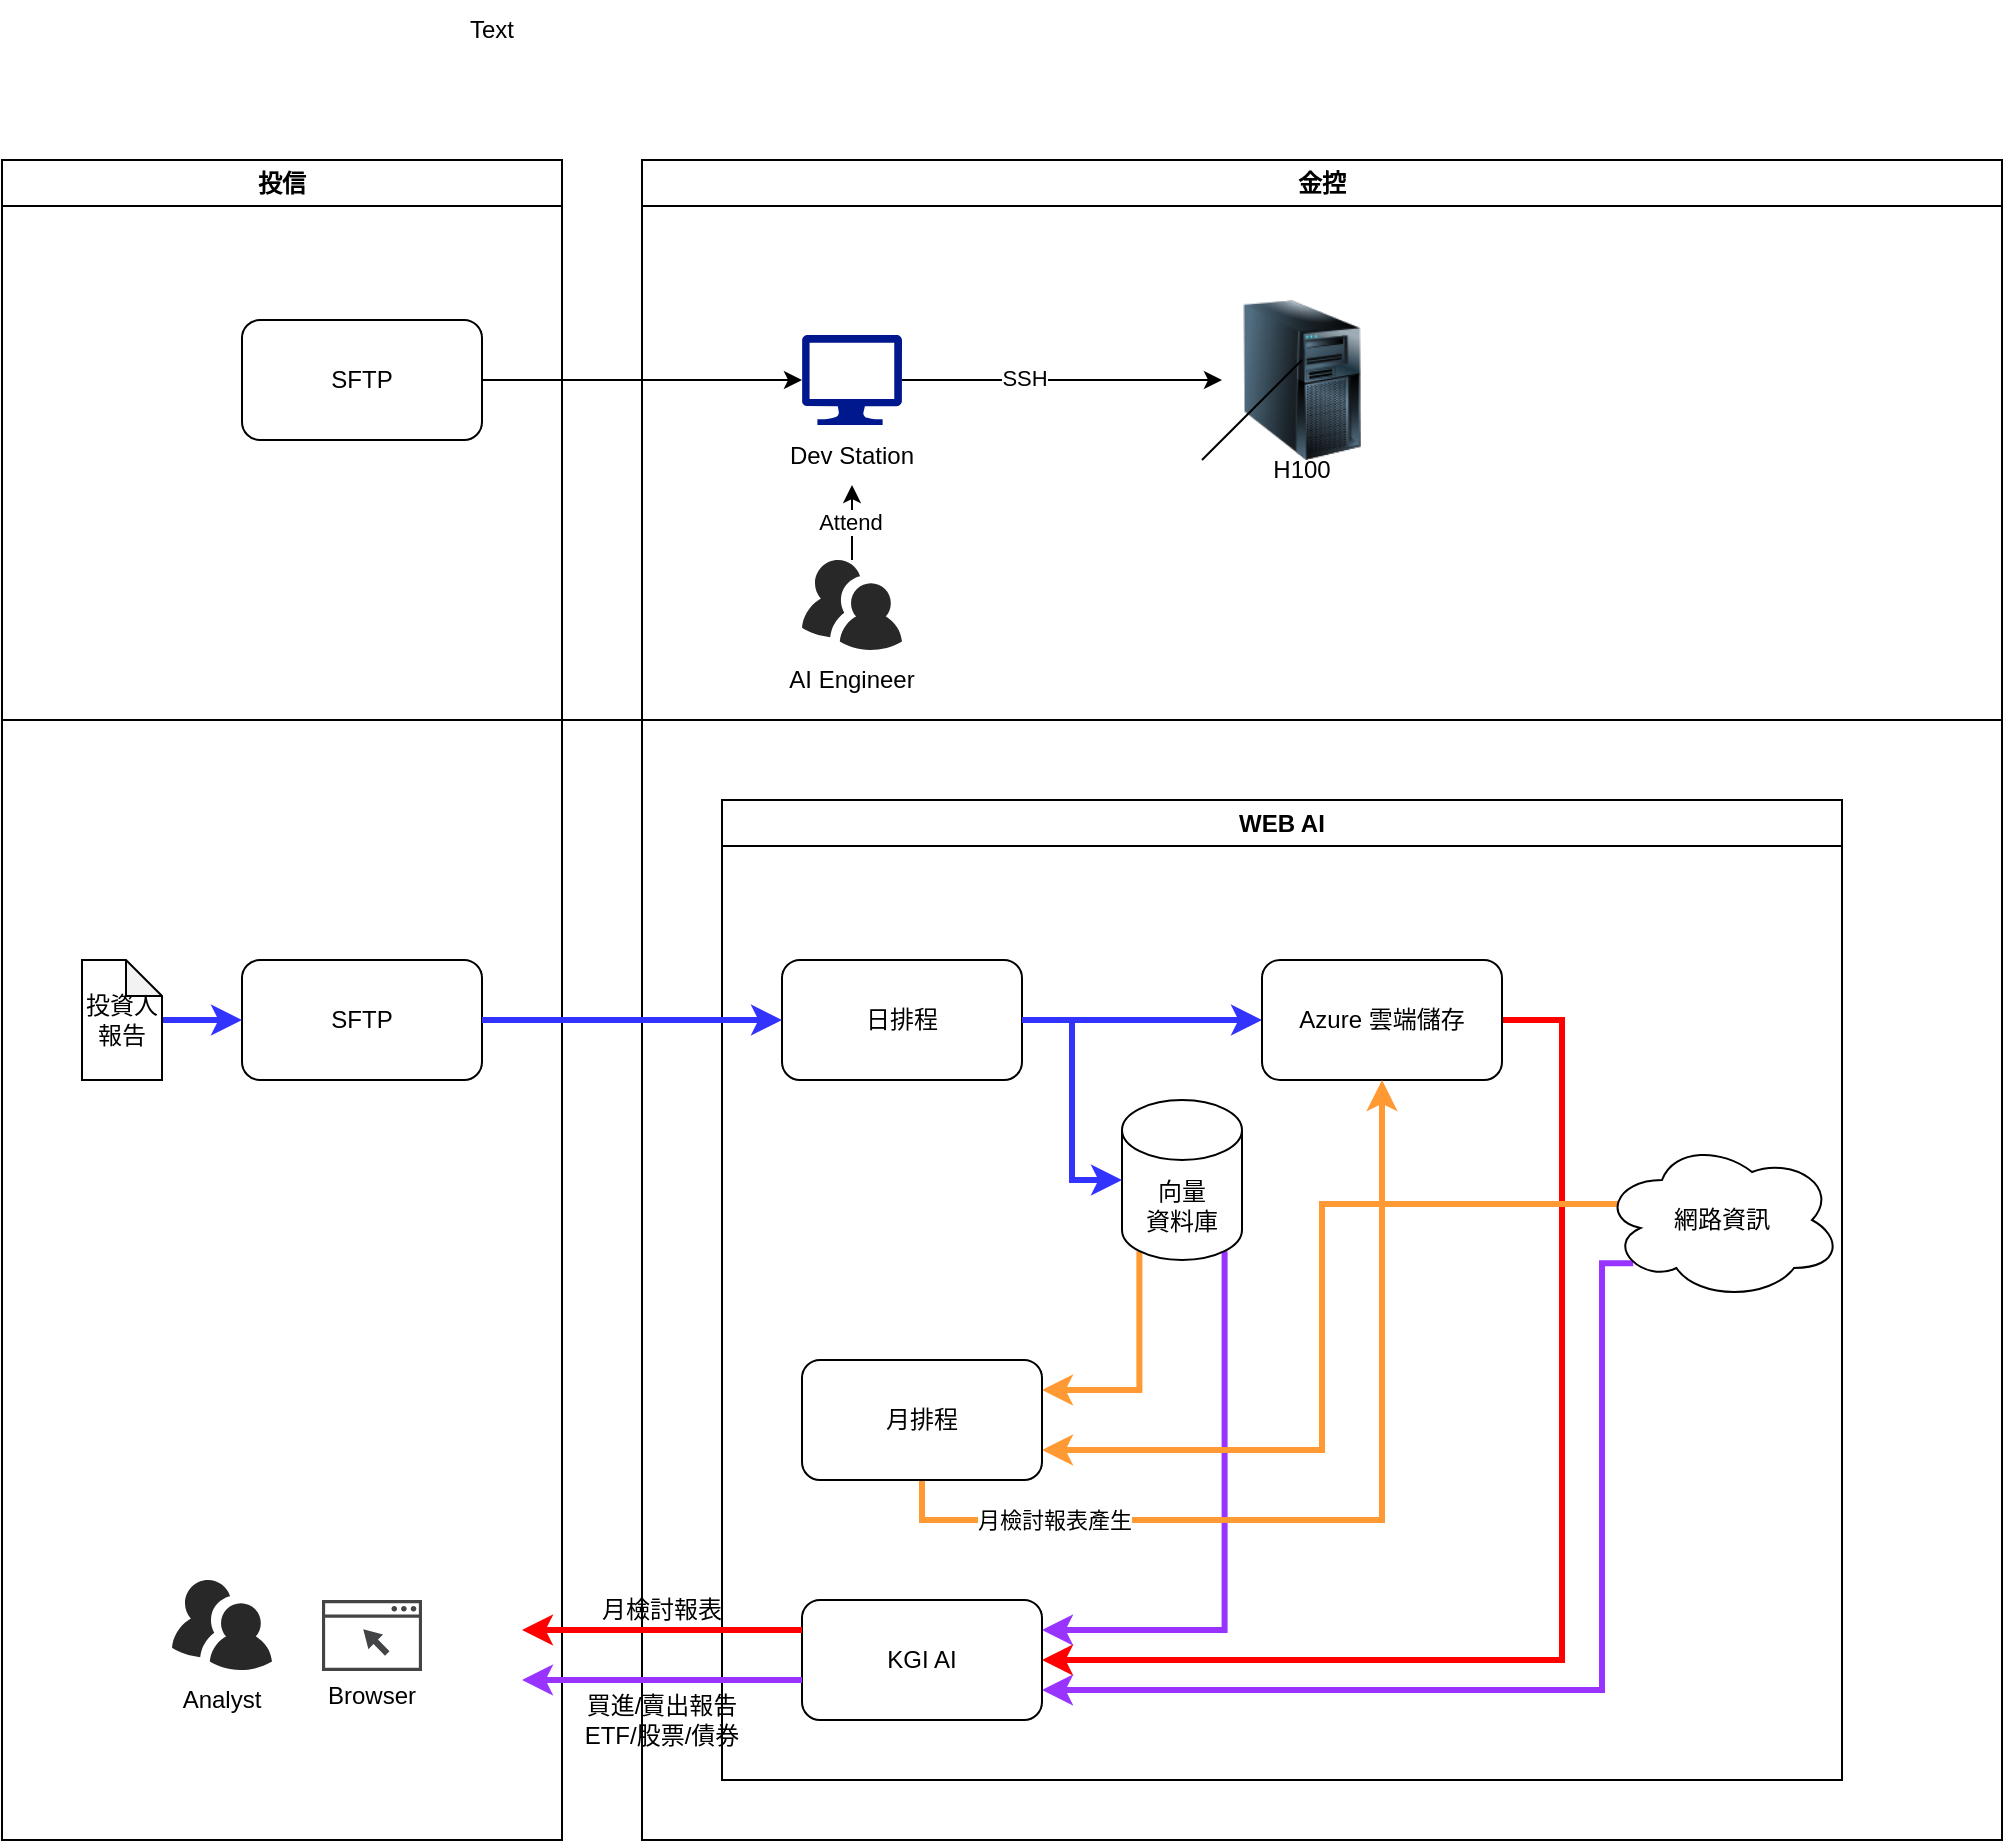
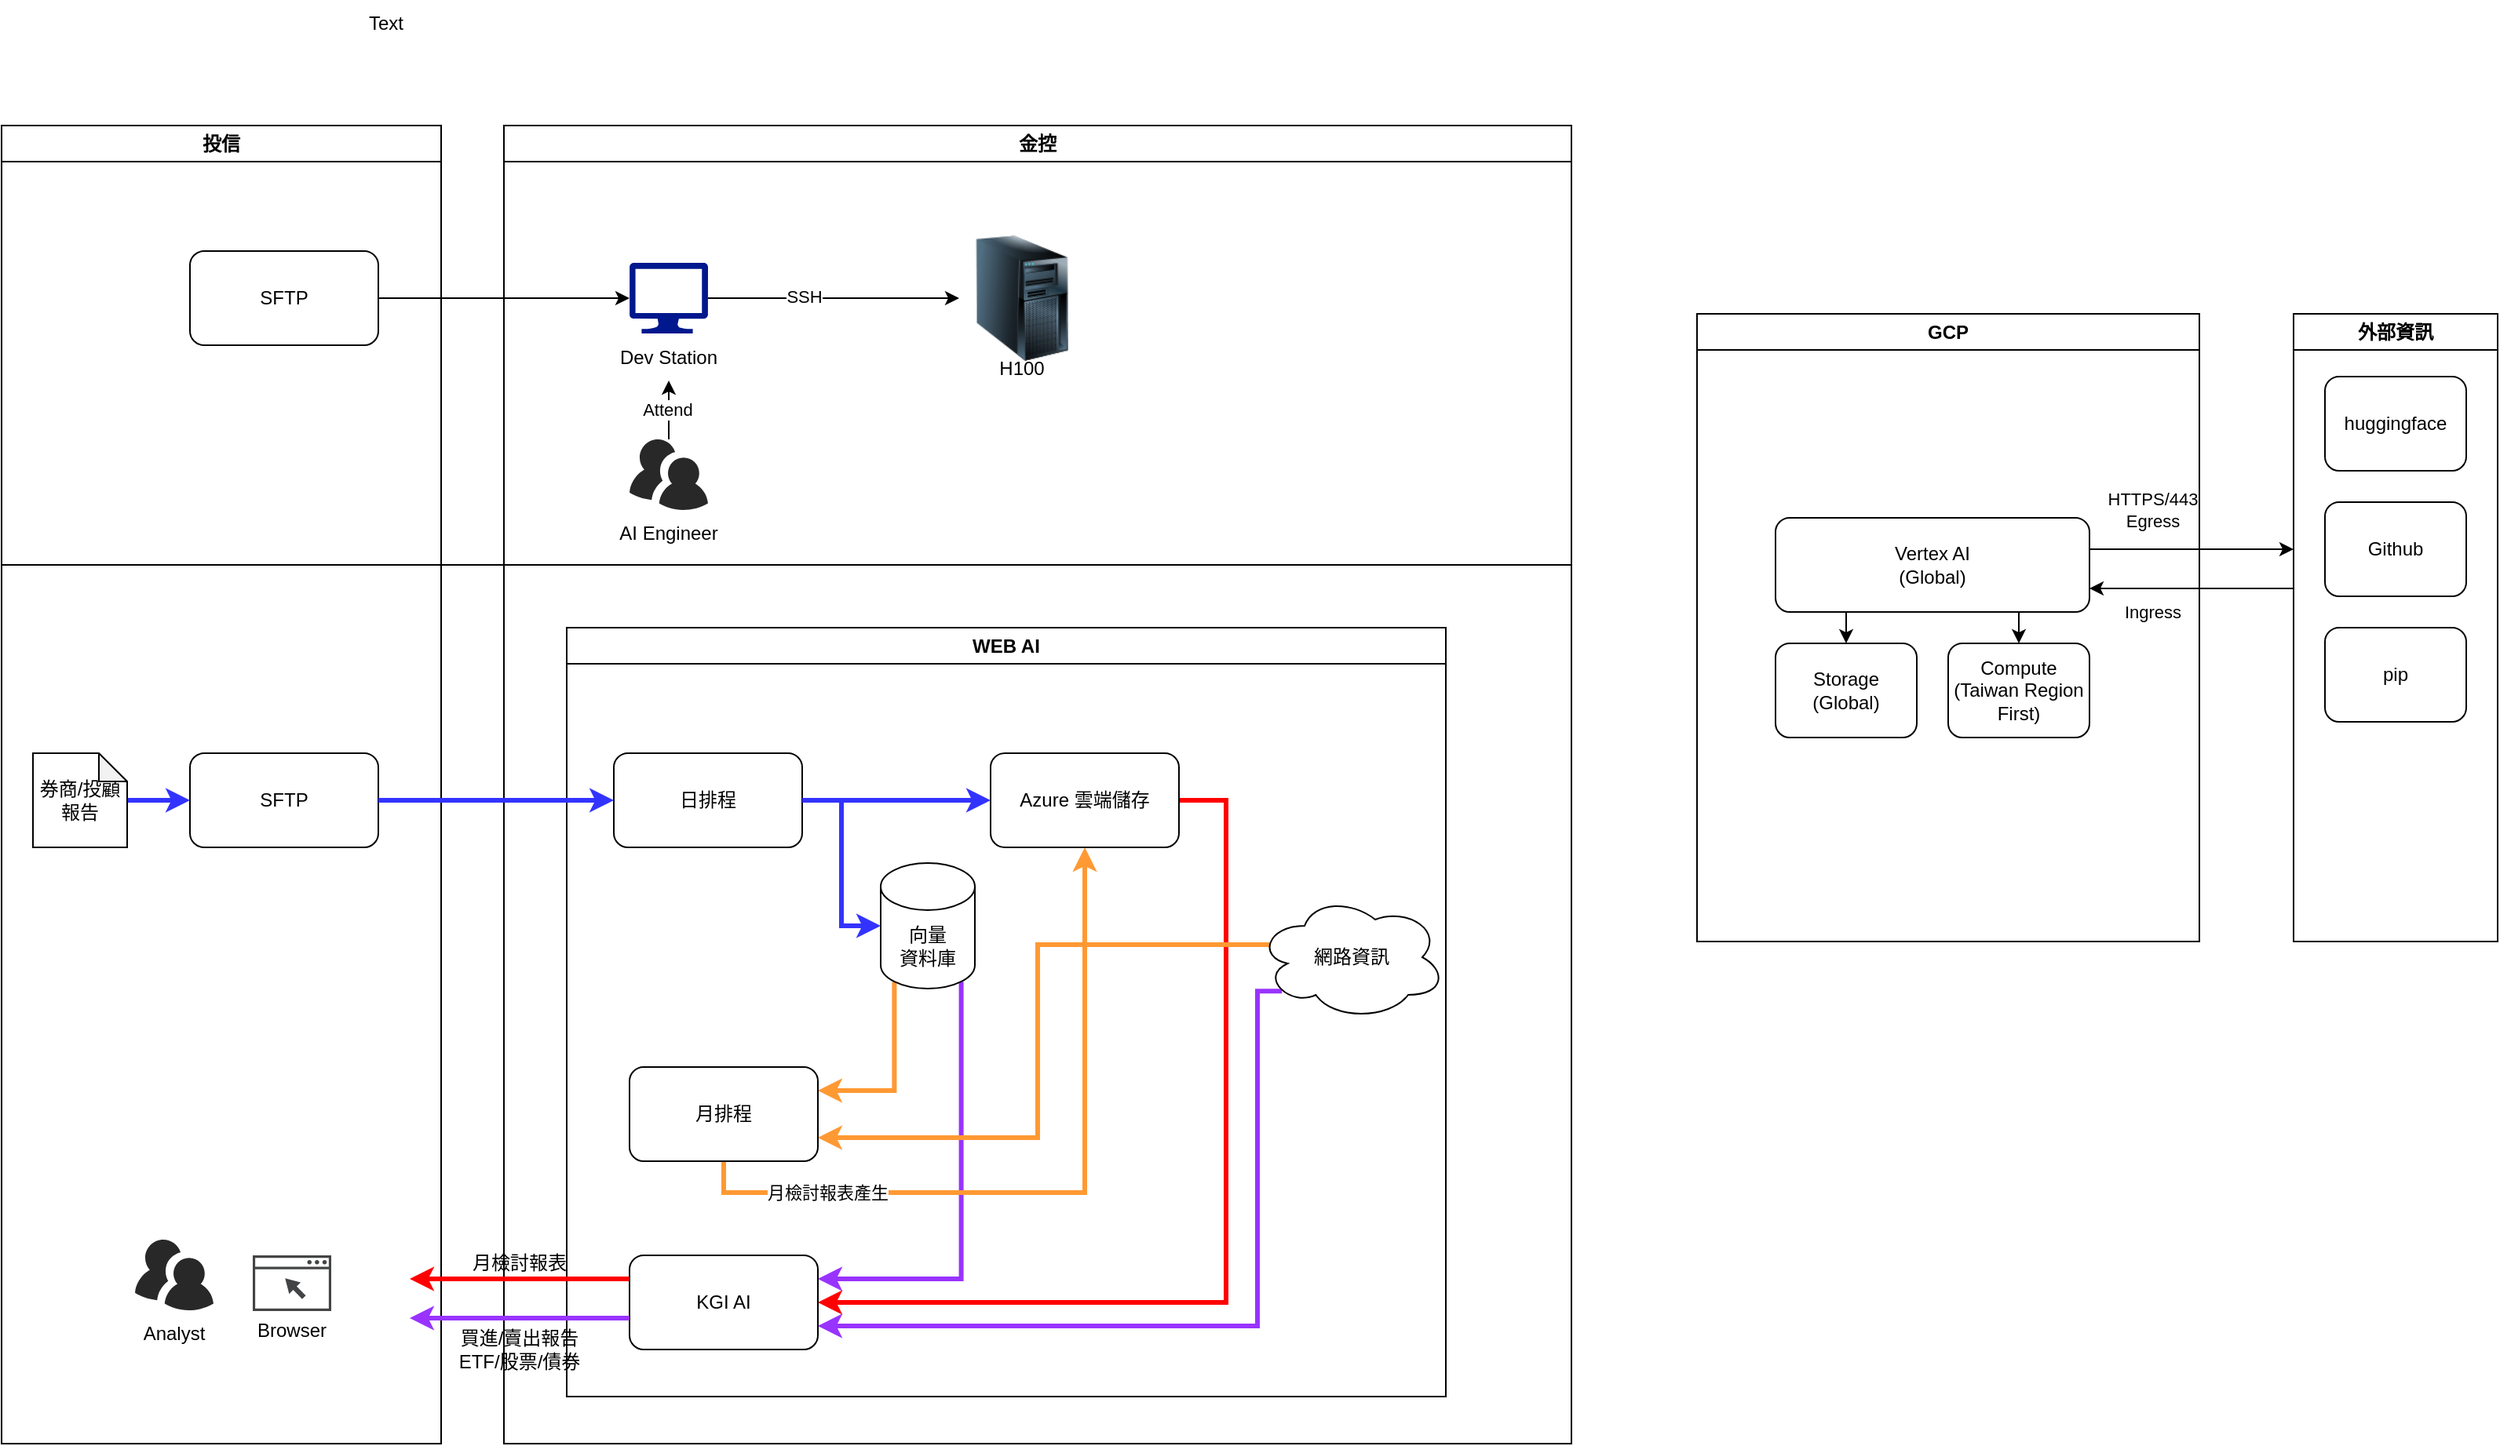
<mxfile host="app.diagrams.net" agent="Mozilla/5.0 (Windows NT 10.0; Win64; x64) AppleWebKit/537.36 (KHTML, like Gecko) Chrome/146.0.0.0 Safari/537.36" version="29.6.6">
  <diagram name="Page-1" id="9DGUQZyVQF0DHj5FkWRD">
-     <mxGraphModel dx="1281" dy="657" grid="1" gridSize="10" guides="1" tooltips="1" connect="1" arrows="1" fold="1" page="1" pageScale="1" pageWidth="850" pageHeight="1100" math="0" shadow="0">
+     <mxGraphModel dx="1068" dy="548" grid="1" gridSize="10" guides="1" tooltips="1" connect="1" arrows="1" fold="1" page="1" pageScale="1" pageWidth="850" pageHeight="1100" math="0" shadow="0">
      <root>
        <mxCell id="0" />
        <mxCell id="1" parent="0" />
        <mxCell id="si7GJpF5iETkjapc_ZAv-2" parent="1" style="swimlane;whiteSpace=wrap;html=1;" value="投信" vertex="1">
          <mxGeometry height="840" width="280" x="80" y="120" as="geometry" />
        </mxCell>
        <mxCell id="si7GJpF5iETkjapc_ZAv-3" parent="si7GJpF5iETkjapc_ZAv-2" style="rounded=1;whiteSpace=wrap;html=1;" value="SFTP" vertex="1">
          <mxGeometry height="60" width="120" x="120" y="80" as="geometry" />
        </mxCell>
        <mxCell id="si7GJpF5iETkjapc_ZAv-15" parent="si7GJpF5iETkjapc_ZAv-2" style="rounded=1;whiteSpace=wrap;html=1;" value="SFTP" vertex="1">
          <mxGeometry height="60" width="120" x="120" y="400" as="geometry" />
        </mxCell>
        <mxCell id="si7GJpF5iETkjapc_ZAv-61" connectable="0" parent="si7GJpF5iETkjapc_ZAv-2" style="group" value="" vertex="1">
          <mxGeometry height="75" width="60" x="80" y="710" as="geometry" />
        </mxCell>
        <mxCell id="si7GJpF5iETkjapc_ZAv-59" parent="si7GJpF5iETkjapc_ZAv-61" style="verticalLabelPosition=bottom;sketch=0;html=1;fillColor=#282828;strokeColor=none;verticalAlign=top;pointerEvents=1;align=center;shape=mxgraph.cisco_safe.people_places_things_icons.icon9;" value="" vertex="1">
          <mxGeometry height="45" width="50" x="5" as="geometry" />
        </mxCell>
        <mxCell id="si7GJpF5iETkjapc_ZAv-37" parent="si7GJpF5iETkjapc_ZAv-61" style="text;html=1;whiteSpace=wrap;strokeColor=none;fillColor=none;align=center;verticalAlign=middle;rounded=0;autosize=1;resizable=0;" value="Analyst" vertex="1">
          <mxGeometry height="30" width="60" y="45" as="geometry" />
        </mxCell>
        <mxCell id="si7GJpF5iETkjapc_ZAv-80" connectable="0" parent="si7GJpF5iETkjapc_ZAv-2" style="group" value="" vertex="1">
          <mxGeometry height="62.75" width="70" x="150" y="720" as="geometry" />
        </mxCell>
        <mxCell id="si7GJpF5iETkjapc_ZAv-77" parent="si7GJpF5iETkjapc_ZAv-80" style="sketch=0;pointerEvents=1;shadow=0;dashed=0;html=1;strokeColor=none;fillColor=#434445;aspect=fixed;labelPosition=center;verticalLabelPosition=bottom;verticalAlign=top;align=center;outlineConnect=0;shape=mxgraph.vvd.web_browser;" value="" vertex="1">
          <mxGeometry height="35.5" width="50" x="10" as="geometry" />
        </mxCell>
        <mxCell id="si7GJpF5iETkjapc_ZAv-79" parent="si7GJpF5iETkjapc_ZAv-80" style="text;html=1;whiteSpace=wrap;strokeColor=none;fillColor=none;align=center;verticalAlign=middle;rounded=0;autosize=1;resizable=0;" value="Browser" vertex="1">
          <mxGeometry height="30" width="70" y="32.75" as="geometry" />
        </mxCell>
        <mxCell id="si7GJpF5iETkjapc_ZAv-83" edge="1" parent="si7GJpF5iETkjapc_ZAv-2" source="si7GJpF5iETkjapc_ZAv-82" style="edgeStyle=orthogonalEdgeStyle;rounded=0;orthogonalLoop=1;jettySize=auto;html=1;strokeColor=#3333FF;strokeWidth=3;" target="si7GJpF5iETkjapc_ZAv-15">
          <mxGeometry relative="1" as="geometry" />
        </mxCell>
-         <mxCell id="si7GJpF5iETkjapc_ZAv-82" parent="si7GJpF5iETkjapc_ZAv-2" style="shape=note;whiteSpace=wrap;html=1;backgroundOutline=1;darkOpacity=0.05;size=18;" value="投資人報告" vertex="1">
-           <mxGeometry height="60" width="40" x="40" y="400" as="geometry" />
+         <mxCell id="si7GJpF5iETkjapc_ZAv-82" parent="si7GJpF5iETkjapc_ZAv-2" style="shape=note;whiteSpace=wrap;html=1;backgroundOutline=1;darkOpacity=0.05;size=18;" value="券商/投顧報告" vertex="1">
+           <mxGeometry height="60" width="60" x="20" y="400" as="geometry" />
        </mxCell>
        <mxCell id="si7GJpF5iETkjapc_ZAv-4" parent="1" style="swimlane;whiteSpace=wrap;html=1;" value="金控" vertex="1">
          <mxGeometry height="840" width="680" x="400" y="120" as="geometry" />
        </mxCell>
        <mxCell id="si7GJpF5iETkjapc_ZAv-12" edge="1" parent="si7GJpF5iETkjapc_ZAv-4" source="si7GJpF5iETkjapc_ZAv-6" style="edgeStyle=orthogonalEdgeStyle;rounded=0;orthogonalLoop=1;jettySize=auto;html=1;" target="si7GJpF5iETkjapc_ZAv-7">
          <mxGeometry relative="1" as="geometry" />
        </mxCell>
        <mxCell id="si7GJpF5iETkjapc_ZAv-13" connectable="0" parent="si7GJpF5iETkjapc_ZAv-12" style="edgeLabel;html=1;align=center;verticalAlign=middle;resizable=0;points=[];" value="SSH" vertex="1">
          <mxGeometry relative="1" x="-0.2415" y="1" as="geometry">
            <mxPoint as="offset" />
          </mxGeometry>
        </mxCell>
        <mxCell id="si7GJpF5iETkjapc_ZAv-7" parent="si7GJpF5iETkjapc_ZAv-4" style="image;html=1;image=img/lib/clip_art/computers/Server_Tower_128x128.png" value="" vertex="1">
          <mxGeometry height="80" width="80" x="290" y="70" as="geometry" />
        </mxCell>
        <mxCell id="si7GJpF5iETkjapc_ZAv-9" parent="si7GJpF5iETkjapc_ZAv-4" style="text;html=1;whiteSpace=wrap;strokeColor=none;fillColor=none;align=center;verticalAlign=middle;rounded=0;autosize=1;resizable=0;" value="H100" vertex="1">
          <mxGeometry height="30" width="50" x="305" y="140" as="geometry" />
        </mxCell>
        <mxCell id="si7GJpF5iETkjapc_ZAv-14" connectable="0" parent="si7GJpF5iETkjapc_ZAv-4" style="group" value="" vertex="1">
          <mxGeometry height="75" width="90" x="60" y="87.5" as="geometry" />
        </mxCell>
        <mxCell id="si7GJpF5iETkjapc_ZAv-6" parent="si7GJpF5iETkjapc_ZAv-14" style="sketch=0;aspect=fixed;pointerEvents=1;shadow=0;dashed=0;html=1;strokeColor=none;labelPosition=center;verticalLabelPosition=bottom;verticalAlign=top;align=center;fillColor=#00188D;shape=mxgraph.azure.computer" value="" vertex="1">
          <mxGeometry height="45" width="50" x="20" as="geometry" />
        </mxCell>
        <mxCell id="si7GJpF5iETkjapc_ZAv-10" parent="si7GJpF5iETkjapc_ZAv-14" style="text;html=1;whiteSpace=wrap;strokeColor=none;fillColor=none;align=center;verticalAlign=middle;rounded=0;autosize=1;resizable=0;" value="Dev Station" vertex="1">
          <mxGeometry height="30" width="90" y="45" as="geometry" />
        </mxCell>
        <mxCell id="si7GJpF5iETkjapc_ZAv-17" parent="si7GJpF5iETkjapc_ZAv-4" style="swimlane;whiteSpace=wrap;html=1;" value="WEB AI" vertex="1">
          <mxGeometry height="490" width="560" x="40" y="320" as="geometry" />
        </mxCell>
        <mxCell id="si7GJpF5iETkjapc_ZAv-29" edge="1" parent="si7GJpF5iETkjapc_ZAv-17" source="si7GJpF5iETkjapc_ZAv-18" style="edgeStyle=orthogonalEdgeStyle;rounded=0;orthogonalLoop=1;jettySize=auto;html=1;strokeWidth=3;strokeColor=#3333FF;" target="si7GJpF5iETkjapc_ZAv-28">
          <mxGeometry relative="1" as="geometry" />
        </mxCell>
        <mxCell id="si7GJpF5iETkjapc_ZAv-18" parent="si7GJpF5iETkjapc_ZAv-17" style="rounded=1;whiteSpace=wrap;html=1;" value="日排程" vertex="1">
          <mxGeometry height="60" width="120" x="30" y="80" as="geometry" />
        </mxCell>
        <mxCell id="si7GJpF5iETkjapc_ZAv-47" edge="1" parent="si7GJpF5iETkjapc_ZAv-17" source="si7GJpF5iETkjapc_ZAv-20" style="edgeStyle=orthogonalEdgeStyle;rounded=0;orthogonalLoop=1;jettySize=auto;html=1;entryX=1;entryY=0.25;entryDx=0;entryDy=0;exitX=0.145;exitY=1;exitDx=0;exitDy=-4.35;exitPerimeter=0;strokeWidth=3;strokeColor=#FF9933;" target="si7GJpF5iETkjapc_ZAv-45">
          <mxGeometry relative="1" as="geometry">
            <Array as="points">
              <mxPoint x="209" y="295" />
            </Array>
          </mxGeometry>
        </mxCell>
        <mxCell id="si7GJpF5iETkjapc_ZAv-53" edge="1" parent="si7GJpF5iETkjapc_ZAv-17" source="si7GJpF5iETkjapc_ZAv-20" style="edgeStyle=orthogonalEdgeStyle;rounded=0;orthogonalLoop=1;jettySize=auto;html=1;entryX=1;entryY=0.25;entryDx=0;entryDy=0;exitX=0.855;exitY=1;exitDx=0;exitDy=-4.35;exitPerimeter=0;strokeWidth=3;strokeColor=#9933FF;" target="si7GJpF5iETkjapc_ZAv-39">
          <mxGeometry relative="1" as="geometry">
            <Array as="points">
              <mxPoint x="251" y="415" />
            </Array>
          </mxGeometry>
        </mxCell>
        <mxCell id="si7GJpF5iETkjapc_ZAv-20" parent="si7GJpF5iETkjapc_ZAv-17" style="shape=cylinder3;whiteSpace=wrap;html=1;boundedLbl=1;backgroundOutline=1;size=15;" value="向量&lt;div&gt;資料庫&lt;/div&gt;" vertex="1">
          <mxGeometry height="80" width="60" x="200" y="150" as="geometry" />
        </mxCell>
        <mxCell id="si7GJpF5iETkjapc_ZAv-84" edge="1" parent="si7GJpF5iETkjapc_ZAv-17" source="si7GJpF5iETkjapc_ZAv-28" style="edgeStyle=orthogonalEdgeStyle;rounded=0;orthogonalLoop=1;jettySize=auto;html=1;entryX=1;entryY=0.5;entryDx=0;entryDy=0;exitX=1;exitY=0.5;exitDx=0;exitDy=0;strokeWidth=3;strokeColor=#FF0000;" target="si7GJpF5iETkjapc_ZAv-39">
          <mxGeometry relative="1" as="geometry">
            <Array as="points">
              <mxPoint x="420" y="110" />
              <mxPoint x="420" y="430" />
            </Array>
            <mxPoint x="420" y="450" as="targetPoint" />
          </mxGeometry>
        </mxCell>
        <mxCell id="si7GJpF5iETkjapc_ZAv-28" parent="si7GJpF5iETkjapc_ZAv-17" style="rounded=1;whiteSpace=wrap;html=1;" value="Azure 雲端儲存" vertex="1">
          <mxGeometry height="60" width="120" x="270" y="80" as="geometry" />
        </mxCell>
        <mxCell id="si7GJpF5iETkjapc_ZAv-48" edge="1" parent="si7GJpF5iETkjapc_ZAv-17" source="si7GJpF5iETkjapc_ZAv-38" style="edgeStyle=orthogonalEdgeStyle;rounded=0;orthogonalLoop=1;jettySize=auto;html=1;entryX=1;entryY=0.75;entryDx=0;entryDy=0;strokeWidth=3;strokeColor=#FF9933;exitX=0.07;exitY=0.4;exitDx=0;exitDy=0;exitPerimeter=0;" target="si7GJpF5iETkjapc_ZAv-45">
          <mxGeometry relative="1" as="geometry" />
        </mxCell>
        <mxCell id="si7GJpF5iETkjapc_ZAv-54" edge="1" parent="si7GJpF5iETkjapc_ZAv-17" source="si7GJpF5iETkjapc_ZAv-38" style="edgeStyle=orthogonalEdgeStyle;rounded=0;orthogonalLoop=1;jettySize=auto;html=1;entryX=1;entryY=0.75;entryDx=0;entryDy=0;exitX=0.13;exitY=0.77;exitDx=0;exitDy=0;exitPerimeter=0;strokeWidth=3;strokeColor=#9933FF;" target="si7GJpF5iETkjapc_ZAv-39">
          <mxGeometry relative="1" as="geometry">
            <Array as="points">
              <mxPoint x="440" y="232" />
              <mxPoint x="440" y="445" />
            </Array>
          </mxGeometry>
        </mxCell>
        <mxCell id="si7GJpF5iETkjapc_ZAv-38" parent="si7GJpF5iETkjapc_ZAv-17" style="ellipse;shape=cloud;whiteSpace=wrap;html=1;" value="網路資訊" vertex="1">
          <mxGeometry height="80" width="120" x="440" y="170" as="geometry" />
        </mxCell>
        <mxCell id="si7GJpF5iETkjapc_ZAv-39" parent="si7GJpF5iETkjapc_ZAv-17" style="rounded=1;whiteSpace=wrap;html=1;" value="KGI AI" vertex="1">
          <mxGeometry height="60" width="120" x="40" y="400" as="geometry" />
        </mxCell>
        <mxCell id="si7GJpF5iETkjapc_ZAv-49" edge="1" parent="si7GJpF5iETkjapc_ZAv-17" source="si7GJpF5iETkjapc_ZAv-45" style="edgeStyle=orthogonalEdgeStyle;rounded=0;orthogonalLoop=1;jettySize=auto;html=1;entryX=0.5;entryY=1;entryDx=0;entryDy=0;exitX=0.5;exitY=1;exitDx=0;exitDy=0;strokeWidth=3;strokeColor=#FF9933;" target="si7GJpF5iETkjapc_ZAv-28">
          <mxGeometry relative="1" as="geometry" />
        </mxCell>
        <mxCell id="si7GJpF5iETkjapc_ZAv-56" connectable="0" parent="si7GJpF5iETkjapc_ZAv-49" style="edgeLabel;html=1;align=center;verticalAlign=middle;resizable=0;points=[];" value="月檢討報表產生" vertex="1">
          <mxGeometry relative="1" x="-0.6366" as="geometry">
            <mxPoint as="offset" />
          </mxGeometry>
        </mxCell>
        <mxCell id="si7GJpF5iETkjapc_ZAv-45" parent="si7GJpF5iETkjapc_ZAv-17" style="rounded=1;whiteSpace=wrap;html=1;" value="月排程" vertex="1">
          <mxGeometry height="60" width="120" x="40" y="280" as="geometry" />
        </mxCell>
        <mxCell id="si7GJpF5iETkjapc_ZAv-52" edge="1" parent="si7GJpF5iETkjapc_ZAv-17" source="si7GJpF5iETkjapc_ZAv-18" style="edgeStyle=orthogonalEdgeStyle;rounded=0;orthogonalLoop=1;jettySize=auto;html=1;entryX=0;entryY=0.5;entryDx=0;entryDy=0;entryPerimeter=0;strokeWidth=3;strokeColor=#3333FF;" target="si7GJpF5iETkjapc_ZAv-20">
          <mxGeometry relative="1" as="geometry" />
        </mxCell>
        <mxCell id="si7GJpF5iETkjapc_ZAv-72" connectable="0" parent="si7GJpF5iETkjapc_ZAv-4" style="group" value="" vertex="1">
          <mxGeometry height="75" width="75" x="75" y="200" as="geometry" />
        </mxCell>
        <mxCell id="si7GJpF5iETkjapc_ZAv-73" parent="si7GJpF5iETkjapc_ZAv-72" style="verticalLabelPosition=bottom;sketch=0;html=1;fillColor=#282828;strokeColor=none;verticalAlign=top;pointerEvents=1;align=center;shape=mxgraph.cisco_safe.people_places_things_icons.icon9;" value="" vertex="1">
          <mxGeometry height="45" width="50" x="5" as="geometry" />
        </mxCell>
        <mxCell id="si7GJpF5iETkjapc_ZAv-74" parent="si7GJpF5iETkjapc_ZAv-72" style="text;html=1;whiteSpace=wrap;strokeColor=none;fillColor=none;align=center;verticalAlign=middle;rounded=0;autosize=1;resizable=0;" value="AI Engineer" vertex="1">
          <mxGeometry height="30" width="90" x="-15" y="45" as="geometry" />
        </mxCell>
        <mxCell id="si7GJpF5iETkjapc_ZAv-75" edge="1" parent="si7GJpF5iETkjapc_ZAv-4" source="si7GJpF5iETkjapc_ZAv-73" style="edgeStyle=orthogonalEdgeStyle;rounded=0;orthogonalLoop=1;jettySize=auto;html=1;entryX=0.5;entryY=1;entryDx=0;entryDy=0;" target="si7GJpF5iETkjapc_ZAv-10">
          <mxGeometry relative="1" as="geometry" />
        </mxCell>
        <mxCell id="si7GJpF5iETkjapc_ZAv-76" connectable="0" parent="si7GJpF5iETkjapc_ZAv-75" style="edgeLabel;html=1;align=center;verticalAlign=middle;resizable=0;points=[];" value="Attend" vertex="1">
          <mxGeometry relative="1" x="0.12" y="1" as="geometry">
            <mxPoint as="offset" />
          </mxGeometry>
        </mxCell>
        <mxCell id="si7GJpF5iETkjapc_ZAv-88" edge="1" parent="si7GJpF5iETkjapc_ZAv-4" style="edgeStyle=orthogonalEdgeStyle;rounded=0;orthogonalLoop=1;jettySize=auto;html=1;strokeWidth=3;strokeColor=#9933FF;">
          <mxGeometry relative="1" as="geometry">
            <mxPoint x="80" y="760" as="sourcePoint" />
            <mxPoint x="-60" y="760" as="targetPoint" />
          </mxGeometry>
        </mxCell>
        <mxCell id="si7GJpF5iETkjapc_ZAv-57" parent="si7GJpF5iETkjapc_ZAv-4" style="text;html=1;whiteSpace=wrap;strokeColor=none;fillColor=none;align=center;verticalAlign=middle;rounded=0;autosize=1;resizable=0;" value="月檢討報表" vertex="1">
          <mxGeometry height="30" width="80" x="-30" y="710" as="geometry" />
        </mxCell>
        <mxCell id="si7GJpF5iETkjapc_ZAv-55" parent="si7GJpF5iETkjapc_ZAv-4" style="text;html=1;whiteSpace=wrap;strokeColor=none;fillColor=none;align=center;verticalAlign=middle;rounded=0;autosize=1;resizable=0;" value="買進/賣出報告&lt;br&gt;ETF/股票/債券" vertex="1">
          <mxGeometry height="40" width="100" x="-40" y="760" as="geometry" />
        </mxCell>
        <mxCell id="si7GJpF5iETkjapc_ZAv-11" edge="1" parent="1" source="si7GJpF5iETkjapc_ZAv-3" style="edgeStyle=orthogonalEdgeStyle;rounded=0;orthogonalLoop=1;jettySize=auto;html=1;entryX=0;entryY=0.5;entryDx=0;entryDy=0;entryPerimeter=0;" target="si7GJpF5iETkjapc_ZAv-6">
          <mxGeometry relative="1" as="geometry" />
        </mxCell>
        <mxCell id="si7GJpF5iETkjapc_ZAv-8" parent="1" style="text;html=1;whiteSpace=wrap;strokeColor=none;fillColor=none;align=center;verticalAlign=middle;rounded=0;autosize=1;resizable=0;" value="Text" vertex="1">
          <mxGeometry height="30" width="50" x="300" y="40" as="geometry" />
        </mxCell>
        <mxCell id="si7GJpF5iETkjapc_ZAv-21" edge="1" parent="1" source="si7GJpF5iETkjapc_ZAv-15" style="edgeStyle=orthogonalEdgeStyle;rounded=0;orthogonalLoop=1;jettySize=auto;html=1;entryX=0;entryY=0.5;entryDx=0;entryDy=0;strokeWidth=3;strokeColor=#3333FF;" target="si7GJpF5iETkjapc_ZAv-18">
          <mxGeometry relative="1" as="geometry" />
        </mxCell>
        <mxCell id="si7GJpF5iETkjapc_ZAv-87" edge="1" parent="1" source="si7GJpF5iETkjapc_ZAv-39" style="edgeStyle=orthogonalEdgeStyle;rounded=0;orthogonalLoop=1;jettySize=auto;html=1;strokeWidth=3;strokeColor=#FF0000;exitX=0;exitY=0.25;exitDx=0;exitDy=0;">
          <mxGeometry relative="1" as="geometry">
            <Array as="points" />
            <mxPoint x="450" y="840" as="sourcePoint" />
            <mxPoint x="340" y="855" as="targetPoint" />
-           </mxGeometry>
-         </mxCell>
-         <mxCell id="si7GJpF5iETkjapc_ZAv-89" edge="1" parent="1" style="endArrow=none;html=1;rounded=0;" value="">
-           <mxGeometry height="50" relative="1" width="50" as="geometry">
-             <mxPoint x="680" y="270" as="sourcePoint" />
-             <mxPoint x="730" y="220" as="targetPoint" />
          </mxGeometry>
        </mxCell>
        <mxCell id="si7GJpF5iETkjapc_ZAv-90" edge="1" parent="1" style="endArrow=none;html=1;rounded=0;" value="">
          <mxGeometry height="50" relative="1" width="50" as="geometry">
            <mxPoint x="80" y="400" as="sourcePoint" />
            <mxPoint x="1080" y="400" as="targetPoint" />
          </mxGeometry>
        </mxCell>
+         <mxCell id="si7GJpF5iETkjapc_ZAv-91" parent="1" style="swimlane;whiteSpace=wrap;html=1;" value="GCP" vertex="1">
+           <mxGeometry height="400" width="320" x="1160" y="240" as="geometry" />
+         </mxCell>
+         <mxCell id="si7GJpF5iETkjapc_ZAv-95" edge="1" parent="si7GJpF5iETkjapc_ZAv-91" source="si7GJpF5iETkjapc_ZAv-92" style="edgeStyle=orthogonalEdgeStyle;rounded=0;orthogonalLoop=1;jettySize=auto;html=1;entryX=0.5;entryY=0;entryDx=0;entryDy=0;exitX=0.25;exitY=1;exitDx=0;exitDy=0;" target="si7GJpF5iETkjapc_ZAv-94">
+           <mxGeometry relative="1" as="geometry" />
+         </mxCell>
+         <mxCell id="si7GJpF5iETkjapc_ZAv-104" edge="1" parent="si7GJpF5iETkjapc_ZAv-91" source="si7GJpF5iETkjapc_ZAv-92" style="edgeStyle=orthogonalEdgeStyle;rounded=0;orthogonalLoop=1;jettySize=auto;html=1;entryX=0.5;entryY=0;entryDx=0;entryDy=0;" target="si7GJpF5iETkjapc_ZAv-93">
+           <mxGeometry relative="1" as="geometry">
+             <Array as="points">
+               <mxPoint x="205" y="200" />
+               <mxPoint x="205" y="200" />
+             </Array>
+           </mxGeometry>
+         </mxCell>
+         <mxCell id="si7GJpF5iETkjapc_ZAv-92" parent="si7GJpF5iETkjapc_ZAv-91" style="rounded=1;whiteSpace=wrap;html=1;" value="Vertex AI&lt;br&gt;(Global)" vertex="1">
+           <mxGeometry height="60" width="200" x="50" y="130" as="geometry" />
+         </mxCell>
+         <mxCell id="si7GJpF5iETkjapc_ZAv-94" parent="si7GJpF5iETkjapc_ZAv-91" style="rounded=1;whiteSpace=wrap;html=1;" value="Storage&lt;br&gt;(Global)" vertex="1">
+           <mxGeometry height="60" width="90" x="50" y="210" as="geometry" />
+         </mxCell>
+         <mxCell id="si7GJpF5iETkjapc_ZAv-93" parent="si7GJpF5iETkjapc_ZAv-91" style="rounded=1;whiteSpace=wrap;html=1;" value="Compute&lt;br&gt;(Taiwan Region First)" vertex="1">
+           <mxGeometry height="60" width="90" x="160" y="210" as="geometry" />
+         </mxCell>
+         <mxCell id="si7GJpF5iETkjapc_ZAv-109" edge="1" parent="1" source="si7GJpF5iETkjapc_ZAv-98" style="edgeStyle=orthogonalEdgeStyle;rounded=0;orthogonalLoop=1;jettySize=auto;html=1;entryX=1;entryY=0.75;entryDx=0;entryDy=0;" target="si7GJpF5iETkjapc_ZAv-92">
+           <mxGeometry relative="1" as="geometry">
+             <Array as="points">
+               <mxPoint x="1470" y="415" />
+               <mxPoint x="1470" y="415" />
+             </Array>
+           </mxGeometry>
+         </mxCell>
+         <mxCell id="si7GJpF5iETkjapc_ZAv-110" connectable="0" parent="si7GJpF5iETkjapc_ZAv-109" style="edgeLabel;html=1;align=center;verticalAlign=middle;resizable=0;points=[];" value="Ingress" vertex="1">
+           <mxGeometry relative="1" x="-0.1867" y="-4" as="geometry">
+             <mxPoint x="-37" y="19" as="offset" />
+           </mxGeometry>
+         </mxCell>
+         <mxCell id="si7GJpF5iETkjapc_ZAv-98" parent="1" style="swimlane;whiteSpace=wrap;html=1;" value="外部資訊" vertex="1">
+           <mxGeometry height="400" width="130" x="1540" y="240" as="geometry" />
+         </mxCell>
+         <mxCell id="si7GJpF5iETkjapc_ZAv-97" parent="si7GJpF5iETkjapc_ZAv-98" style="rounded=1;whiteSpace=wrap;html=1;" value="huggingface" vertex="1">
+           <mxGeometry height="60" width="90" x="20" y="40" as="geometry" />
+         </mxCell>
+         <mxCell id="si7GJpF5iETkjapc_ZAv-105" parent="si7GJpF5iETkjapc_ZAv-98" style="rounded=1;whiteSpace=wrap;html=1;" value="Github" vertex="1">
+           <mxGeometry height="60" width="90" x="20" y="120" as="geometry" />
+         </mxCell>
+         <mxCell id="si7GJpF5iETkjapc_ZAv-106" parent="si7GJpF5iETkjapc_ZAv-98" style="rounded=1;whiteSpace=wrap;html=1;" value="pip" vertex="1">
+           <mxGeometry height="60" width="90" x="20" y="200" as="geometry" />
+         </mxCell>
+         <mxCell id="si7GJpF5iETkjapc_ZAv-107" edge="1" parent="1" source="si7GJpF5iETkjapc_ZAv-92" style="edgeStyle=orthogonalEdgeStyle;rounded=0;orthogonalLoop=1;jettySize=auto;html=1;exitX=1;exitY=0.25;exitDx=0;exitDy=0;">
+           <mxGeometry relative="1" as="geometry">
+             <Array as="points">
+               <mxPoint x="1410" y="390" />
+             </Array>
+             <mxPoint x="1540" y="390" as="targetPoint" />
+           </mxGeometry>
+         </mxCell>
+         <mxCell id="si7GJpF5iETkjapc_ZAv-116" connectable="0" parent="si7GJpF5iETkjapc_ZAv-107" style="edgeLabel;html=1;align=center;verticalAlign=middle;resizable=0;points=[];" value="HTTPS/443&lt;br&gt;Egress" vertex="1">
+           <mxGeometry relative="1" x="0.2682" y="1" as="geometry">
+             <mxPoint x="-41" y="-24" as="offset" />
+           </mxGeometry>
+         </mxCell>
      </root>
    </mxGraphModel>
  </diagram>
</mxfile>
